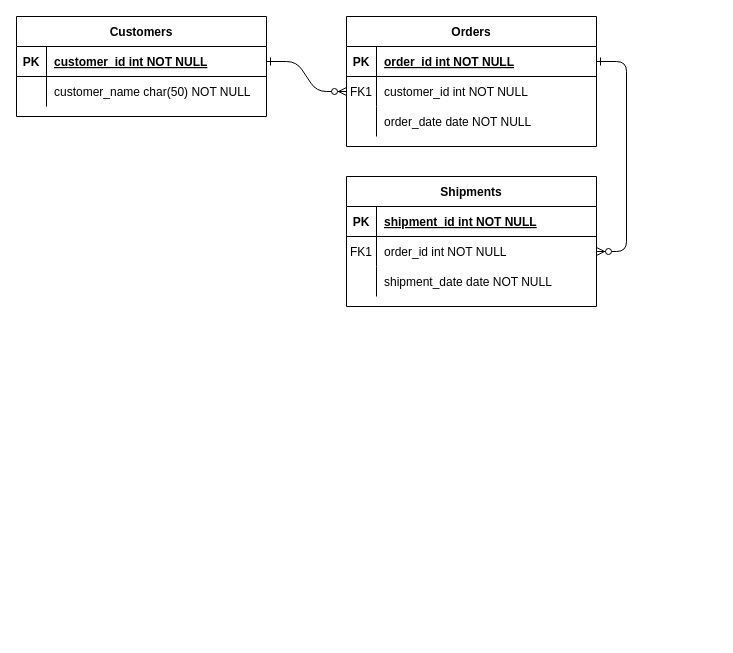
The draw.io diagram Untitled Diagram.drawio in nonicrook/Rescue2Wheel, before the edit. Source tidied: cells renumbered, new cells numbered last; positions are measured from the earlier drawing's top-left corner, leaving out a move shared by most shapes. Both pictures are drawn from the tidied source at 100%, with x=0, y=0 at pixel (16, 16).
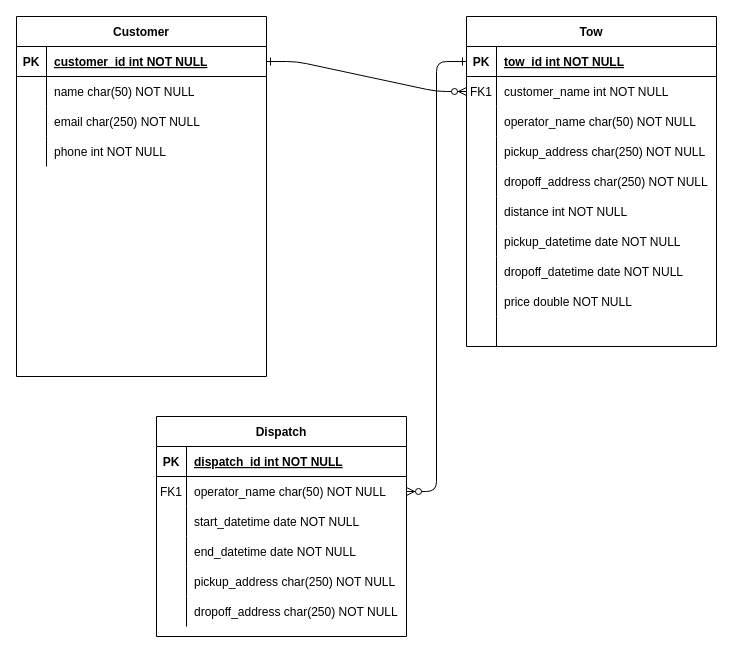
After the change.

Unchanged cells that the change refers to:
```xml
<mxCell id="5" style="shape=partialRectangle;fillColor=none;points=[[0,0.5],[1,0.5]];portConstraint=eastwest;top=0;left=0;right=0;bottom=1;" parent="4" vertex="1">
  <mxGeometry y="30" width="250" height="30" as="geometry" />
</mxCell>
<mxCell id="8" style="shape=partialRectangle;fillColor=none;points=[[0,0.5],[1,0.5]];portConstraint=eastwest;top=0;left=0;right=0;bottom=0;" parent="4" vertex="1">
  <mxGeometry y="60" width="250" height="30" as="geometry" />
</mxCell>
<mxCell id="11" style="shape=partialRectangle;fillColor=none;top=0;left=0;right=0;bottom=0;" parent="4" vertex="1">
  <mxGeometry y="90" width="250" height="30" as="geometry" />
</mxCell>
<mxCell id="15" style="shape=partialRectangle;fillColor=none;top=0;left=0;right=0;bottom=1;" parent="14" vertex="1">
  <mxGeometry y="30" width="250" height="30" as="geometry" />
</mxCell>
<mxCell id="18" style="shape=partialRectangle;fillColor=none;points=[[0,0.5],[1,0.5]];portConstraint=eastwest;top=0;left=0;right=0;bottom=0;" parent="14" vertex="1">
  <mxGeometry y="60" width="250" height="30" as="geometry" />
</mxCell>
```

The edit, as a diff of the source:
```diff
@@
-    <mxCell id="4" value="Orders" style="shape=table;startSize=30;childLayout=tableLayout;rowLines=0;fontStyle=1;align=center;" parent="1" vertex="1">
-      <mxGeometry x="330" width="250" height="130" as="geometry" />
+    <mxCell id="4" value="Tow" style="shape=table;startSize=30;childLayout=tableLayout;rowLines=0;fontStyle=1;align=center;" parent="1" vertex="1">
+      <mxGeometry x="450" width="250" height="330" as="geometry" />
     </mxCell>
@@
-    <mxCell id="7" value="order_id int NOT NULL " style="shape=partialRectangle;overflow=hidden;fillColor=none;top=0;left=0;bottom=0;right=0;align=left;spacingLeft=6;fontStyle=5;" parent="5" vertex="1">
+    <mxCell id="7" value="tow_id int NOT NULL " style="shape=partialRectangle;overflow=hidden;fillColor=none;top=0;left=0;bottom=0;right=0;align=left;spacingLeft=6;fontStyle=5;" parent="5" vertex="1">
       <mxGeometry x="30" width="220" height="30" as="geometry" />
     </mxCell>
@@
-    <mxCell id="10" value="customer_id int NOT NULL" style="shape=partialRectangle;overflow=hidden;fillColor=none;top=0;left=0;bottom=0;right=0;align=left;spacingLeft=6;" parent="8" vertex="1">
+    <mxCell id="10" value="customer_name int NOT NULL" style="shape=partialRectangle;overflow=hidden;fillColor=none;top=0;left=0;bottom=0;right=0;align=left;spacingLeft=6;" parent="8" vertex="1">
       <mxGeometry x="30" width="220" height="30" as="geometry" />
     </mxCell>
@@
-    <mxCell id="13" value="order_date date NOT NULL" style="shape=partialRectangle;overflow=hidden;fillColor=none;top=0;left=0;bottom=0;right=0;align=left;spacingLeft=6;" parent="11" vertex="1">
+    <mxCell id="13" value="operator_name char(50) NOT NULL" style="shape=partialRectangle;overflow=hidden;fillColor=none;top=0;left=0;bottom=0;right=0;align=left;spacingLeft=6;" parent="11" vertex="1">
       <mxGeometry x="30" width="220" height="30" as="geometry" />
     </mxCell>
+    <mxCell id="31" style="shape=partialRectangle;fillColor=none;top=0;left=0;right=0;bottom=0;" parent="4" vertex="1">
+      <mxGeometry y="120" width="250" height="30" as="geometry" />
+    </mxCell>
+    <mxCell id="32" style="shape=partialRectangle;overflow=hidden;fillColor=none;top=0;left=0;bottom=0;right=0;" parent="31" vertex="1">
+      <mxGeometry width="30" height="30" as="geometry" />
+    </mxCell>
+    <mxCell id="33" value="pickup_address char(250) NOT NULL" style="shape=partialRectangle;overflow=hidden;fillColor=none;top=0;left=0;bottom=0;right=0;align=left;spacingLeft=6;" parent="31" vertex="1">
+      <mxGeometry x="30" width="220" height="30" as="geometry" />
+    </mxCell>
+    <mxCell id="34" style="shape=partialRectangle;fillColor=none;top=0;left=0;right=0;bottom=0;" parent="4" vertex="1">
+      <mxGeometry y="150" width="250" height="30" as="geometry" />
+    </mxCell>
+    <mxCell id="35" style="shape=partialRectangle;overflow=hidden;fillColor=none;top=0;left=0;bottom=0;right=0;" parent="34" vertex="1">
+      <mxGeometry width="30" height="30" as="geometry" />
+    </mxCell>
+    <mxCell id="36" value="dropoff_address char(250) NOT NULL" style="shape=partialRectangle;overflow=hidden;fillColor=none;top=0;left=0;bottom=0;right=0;align=left;spacingLeft=6;" parent="34" vertex="1">
+      <mxGeometry x="30" width="220" height="30" as="geometry" />
+    </mxCell>
+    <mxCell id="37" style="shape=partialRectangle;fillColor=none;top=0;left=0;right=0;bottom=0;" parent="4" vertex="1">
+      <mxGeometry y="180" width="250" height="30" as="geometry" />
+    </mxCell>
+    <mxCell id="38" style="shape=partialRectangle;overflow=hidden;fillColor=none;top=0;left=0;bottom=0;right=0;" parent="37" vertex="1">
+      <mxGeometry width="30" height="30" as="geometry" />
+    </mxCell>
+    <mxCell id="39" value="distance int NOT NULL" style="shape=partialRectangle;overflow=hidden;fillColor=none;top=0;left=0;bottom=0;right=0;align=left;spacingLeft=6;" parent="37" vertex="1">
+      <mxGeometry x="30" width="220" height="30" as="geometry" />
+    </mxCell>
+    <mxCell id="40" style="shape=partialRectangle;fillColor=none;top=0;left=0;right=0;bottom=0;" parent="4" vertex="1">
+      <mxGeometry y="210" width="250" height="30" as="geometry" />
+    </mxCell>
+    <mxCell id="41" style="shape=partialRectangle;overflow=hidden;fillColor=none;top=0;left=0;bottom=0;right=0;" parent="40" vertex="1">
+      <mxGeometry width="30" height="30" as="geometry" />
+    </mxCell>
+    <mxCell id="42" value="pickup_datetime date NOT NULL" style="shape=partialRectangle;overflow=hidden;fillColor=none;top=0;left=0;bottom=0;right=0;align=left;spacingLeft=6;" parent="40" vertex="1">
+      <mxGeometry x="30" width="220" height="30" as="geometry" />
+    </mxCell>
+    <mxCell id="43" style="shape=partialRectangle;fillColor=none;top=0;left=0;right=0;bottom=0;" parent="4" vertex="1">
+      <mxGeometry y="240" width="250" height="30" as="geometry" />
+    </mxCell>
+    <mxCell id="44" style="shape=partialRectangle;overflow=hidden;fillColor=none;top=0;left=0;bottom=0;right=0;" parent="43" vertex="1">
+      <mxGeometry width="30" height="30" as="geometry" />
+    </mxCell>
+    <mxCell id="45" value="dropoff_datetime date NOT NULL" style="shape=partialRectangle;overflow=hidden;fillColor=none;top=0;left=0;bottom=0;right=0;align=left;spacingLeft=6;" parent="43" vertex="1">
+      <mxGeometry x="30" width="220" height="30" as="geometry" />
+    </mxCell>
+    <mxCell id="46" style="shape=partialRectangle;fillColor=none;top=0;left=0;right=0;bottom=0;" parent="4" vertex="1">
+      <mxGeometry y="270" width="250" height="30" as="geometry" />
+    </mxCell>
+    <mxCell id="47" style="shape=partialRectangle;overflow=hidden;fillColor=none;top=0;left=0;bottom=0;right=0;" parent="46" vertex="1">
+      <mxGeometry width="30" height="30" as="geometry" />
+    </mxCell>
+    <mxCell id="48" value="price double NOT NULL" style="shape=partialRectangle;overflow=hidden;fillColor=none;top=0;left=0;bottom=0;right=0;align=left;spacingLeft=6;" parent="46" vertex="1">
+      <mxGeometry x="30" width="220" height="30" as="geometry" />
+    </mxCell>
+    <mxCell id="49" style="shape=partialRectangle;fillColor=none;top=0;left=0;right=0;bottom=0;" parent="4" vertex="1">
+      <mxGeometry y="300" width="250" height="30" as="geometry" />
+    </mxCell>
+    <mxCell id="50" style="shape=partialRectangle;overflow=hidden;fillColor=none;top=0;left=0;bottom=0;right=0;" parent="49" vertex="1">
+      <mxGeometry width="30" height="30" as="geometry" />
+    </mxCell>
+    <mxCell id="51" style="shape=partialRectangle;overflow=hidden;fillColor=none;top=0;left=0;bottom=0;right=0;align=left;spacingLeft=6;" parent="49" vertex="1">
+      <mxGeometry x="30" width="220" height="30" as="geometry" />
+    </mxCell>
-    <mxCell id="14" value="Shipments" style="shape=table;startSize=30;childLayout=tableLayout;rowLines=0;fontStyle=1;align=center;" parent="1" vertex="1">
-      <mxGeometry x="330" y="160" width="250" height="130" as="geometry" />
+    <mxCell id="14" value="Dispatch" style="shape=table;startSize=30;childLayout=tableLayout;rowLines=0;fontStyle=1;align=center;" parent="1" vertex="1">
+      <mxGeometry x="140" y="400" width="250" height="220" as="geometry" />
     </mxCell>
@@
-    <mxCell id="17" value="shipment_id int NOT NULL " style="shape=partialRectangle;overflow=hidden;fillColor=none;top=0;left=0;bottom=0;right=0;align=left;spacingLeft=6;fontStyle=5;" parent="15" vertex="1">
+    <mxCell id="17" value="dispatch_id int NOT NULL " style="shape=partialRectangle;overflow=hidden;fillColor=none;top=0;left=0;bottom=0;right=0;align=left;spacingLeft=6;fontStyle=5;" parent="15" vertex="1">
       <mxGeometry x="30" width="220" height="30" as="geometry" />
     </mxCell>
@@
-    <mxCell id="20" value="order_id int NOT NULL" style="shape=partialRectangle;overflow=hidden;fillColor=none;top=0;left=0;bottom=0;right=0;align=left;spacingLeft=6;" parent="18" vertex="1">
+    <mxCell id="20" value="operator_name char(50) NOT NULL" style="shape=partialRectangle;overflow=hidden;fillColor=none;top=0;left=0;bottom=0;right=0;align=left;spacingLeft=6;" parent="18" vertex="1">
       <mxGeometry x="30" width="220" height="30" as="geometry" />
     </mxCell>
+    <mxCell id="52" style="shape=partialRectangle;fillColor=none;top=0;left=0;right=0;bottom=0;" parent="14" vertex="1">
+      <mxGeometry y="90" width="250" height="30" as="geometry" />
+    </mxCell>
+    <mxCell id="53" style="shape=partialRectangle;overflow=hidden;fillColor=none;top=0;left=0;bottom=0;right=0;" parent="52" vertex="1">
+      <mxGeometry width="30" height="30" as="geometry" />
+    </mxCell>
+    <mxCell id="54" value="start_datetime date NOT NULL" style="shape=partialRectangle;overflow=hidden;fillColor=none;top=0;left=0;bottom=0;right=0;align=left;spacingLeft=6;" parent="52" vertex="1">
+      <mxGeometry x="30" width="220" height="30" as="geometry" />
+    </mxCell>
+    <mxCell id="55" style="shape=partialRectangle;fillColor=none;top=0;left=0;right=0;bottom=0;" parent="14" vertex="1">
+      <mxGeometry y="120" width="250" height="30" as="geometry" />
+    </mxCell>
+    <mxCell id="56" style="shape=partialRectangle;overflow=hidden;fillColor=none;top=0;left=0;bottom=0;right=0;" parent="55" vertex="1">
+      <mxGeometry width="30" height="30" as="geometry" />
+    </mxCell>
+    <mxCell id="57" value="end_datetime date NOT NULL" style="shape=partialRectangle;overflow=hidden;fillColor=none;top=0;left=0;bottom=0;right=0;align=left;spacingLeft=6;" parent="55" vertex="1">
+      <mxGeometry x="30" width="220" height="30" as="geometry" />
+    </mxCell>
+    <mxCell id="58" style="shape=partialRectangle;fillColor=none;top=0;left=0;right=0;bottom=0;" parent="14" vertex="1">
+      <mxGeometry y="150" width="250" height="30" as="geometry" />
+    </mxCell>
+    <mxCell id="59" style="shape=partialRectangle;overflow=hidden;fillColor=none;top=0;left=0;bottom=0;right=0;" parent="58" vertex="1">
+      <mxGeometry width="30" height="30" as="geometry" />
+    </mxCell>
+    <mxCell id="60" value="pickup_address char(250) NOT NULL" style="shape=partialRectangle;overflow=hidden;fillColor=none;top=0;left=0;bottom=0;right=0;align=left;spacingLeft=6;" parent="58" vertex="1">
+      <mxGeometry x="30" width="220" height="30" as="geometry" />
+    </mxCell>
     <mxCell id="21" style="shape=partialRectangle;fillColor=none;top=0;left=0;right=0;bottom=0;" parent="14" vertex="1">
-      <mxGeometry y="90" width="250" height="30" as="geometry" />
+      <mxGeometry y="180" width="250" height="30" as="geometry" />
     </mxCell>
@@
-    <mxCell id="23" value="shipment_date date NOT NULL" style="shape=partialRectangle;overflow=hidden;fillColor=none;top=0;left=0;bottom=0;right=0;align=left;spacingLeft=6;" parent="21" vertex="1">
+    <mxCell id="23" value="dropoff_address char(250) NOT NULL" style="shape=partialRectangle;overflow=hidden;fillColor=none;top=0;left=0;bottom=0;right=0;align=left;spacingLeft=6;" parent="21" vertex="1">
       <mxGeometry x="30" width="220" height="30" as="geometry" />
     </mxCell>
-    <mxCell id="24" value="Customers" style="shape=table;startSize=30;childLayout=tableLayout;rowLines=0;fontStyle=1;align=center;" parent="1" vertex="1">
-      <mxGeometry width="250" height="100" as="geometry" />
+    <mxCell id="24" value="Customer" style="shape=table;startSize=30;childLayout=tableLayout;rowLines=0;fontStyle=1;align=center;" parent="1" vertex="1">
+      <mxGeometry width="250" height="360" as="geometry" />
     </mxCell>
@@
+    <mxCell id="61" style="shape=partialRectangle;fillColor=none;top=0;left=0;right=0;bottom=0;" parent="24" vertex="1">
+      <mxGeometry y="60" width="250" height="30" as="geometry" />
+    </mxCell>
+    <mxCell id="62" style="shape=partialRectangle;overflow=hidden;fillColor=none;top=0;left=0;bottom=0;right=0;" parent="61" vertex="1">
+      <mxGeometry width="30" height="30" as="geometry" />
+    </mxCell>
+    <mxCell id="63" value="name char(50) NOT NULL" style="shape=partialRectangle;overflow=hidden;fillColor=none;top=0;left=0;bottom=0;right=0;align=left;spacingLeft=6;" parent="61" vertex="1">
+      <mxGeometry x="30" width="220" height="30" as="geometry" />
+    </mxCell>
+    <mxCell id="64" style="shape=partialRectangle;fillColor=none;top=0;left=0;right=0;bottom=0;" parent="24" vertex="1">
+      <mxGeometry y="90" width="250" height="30" as="geometry" />
+    </mxCell>
+    <mxCell id="65" style="shape=partialRectangle;overflow=hidden;fillColor=none;top=0;left=0;bottom=0;right=0;" parent="64" vertex="1">
+      <mxGeometry width="30" height="30" as="geometry" />
+    </mxCell>
+    <mxCell id="66" value="email char(250) NOT NULL" style="shape=partialRectangle;overflow=hidden;fillColor=none;top=0;left=0;bottom=0;right=0;align=left;spacingLeft=6;" parent="64" vertex="1">
+      <mxGeometry x="30" width="220" height="30" as="geometry" />
+    </mxCell>
     <mxCell id="28" style="shape=partialRectangle;fillColor=none;top=0;left=0;right=0;bottom=0;" parent="24" vertex="1">
-      <mxGeometry y="60" width="250" height="30" as="geometry" />
+      <mxGeometry y="120" width="250" height="30" as="geometry" />
     </mxCell>
@@
-    <mxCell id="30" value="customer_name char(50) NOT NULL" style="shape=partialRectangle;overflow=hidden;fillColor=none;top=0;left=0;bottom=0;right=0;align=left;spacingLeft=6;" parent="28" vertex="1">
+    <mxCell id="30" value="phone int NOT NULL" style="shape=partialRectangle;overflow=hidden;fillColor=none;top=0;left=0;bottom=0;right=0;align=left;spacingLeft=6;" parent="28" vertex="1">
       <mxGeometry x="30" width="220" height="30" as="geometry" />
     </mxCell>
```
